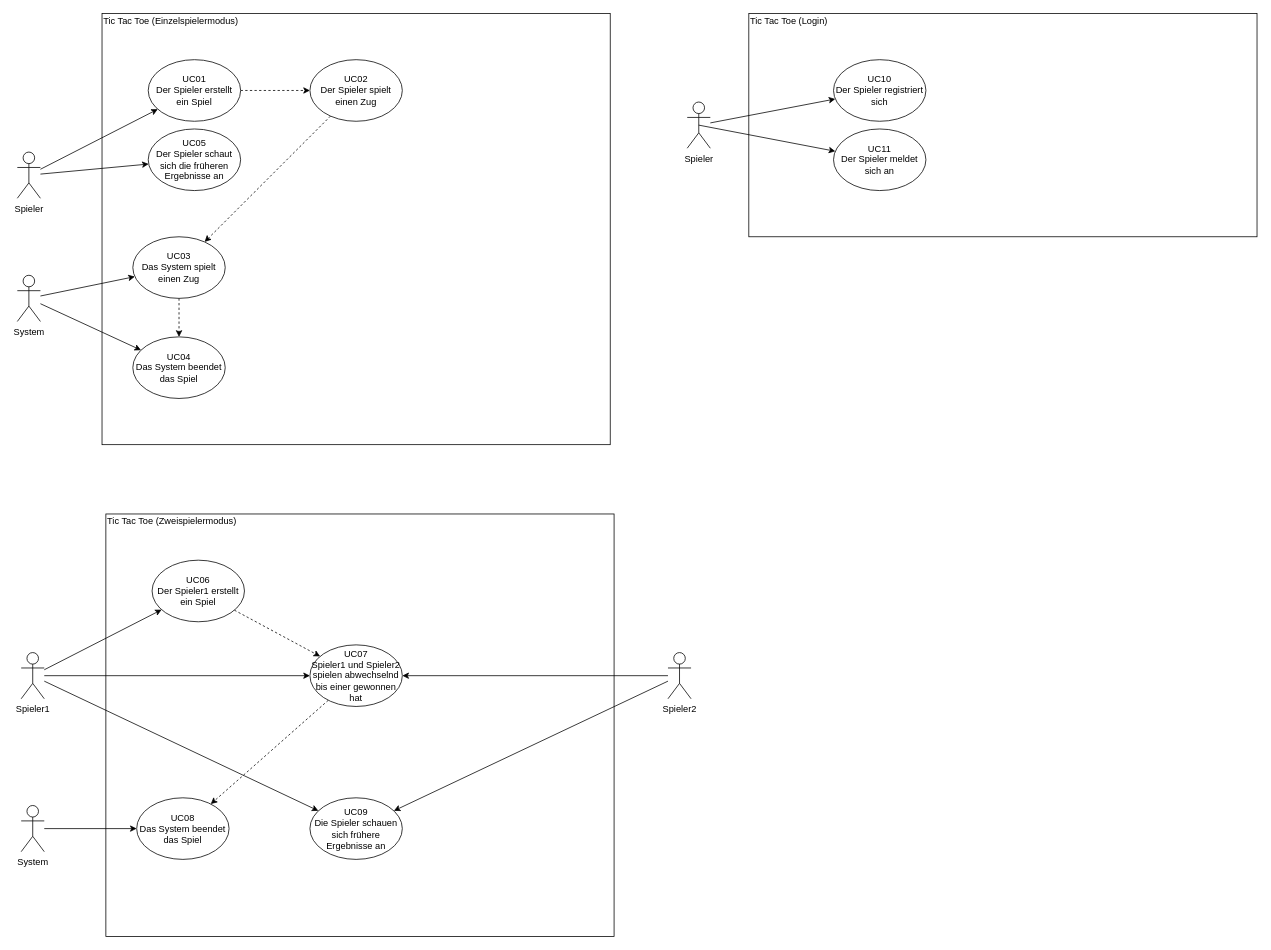
Earlier version of the draw.io diagram documentation/Tic Tac Toe.drawio (florinbarbisch/tic-tac-toe-multiplayer). Source tidied: cells renumbered, new cells numbered last; positions are measured from the earlier drawing's top-left corner, leaving out a move shared by most shapes. Both pictures are drawn from the tidied source at 77%, with x=0, y=0 at pixel (17, 13).
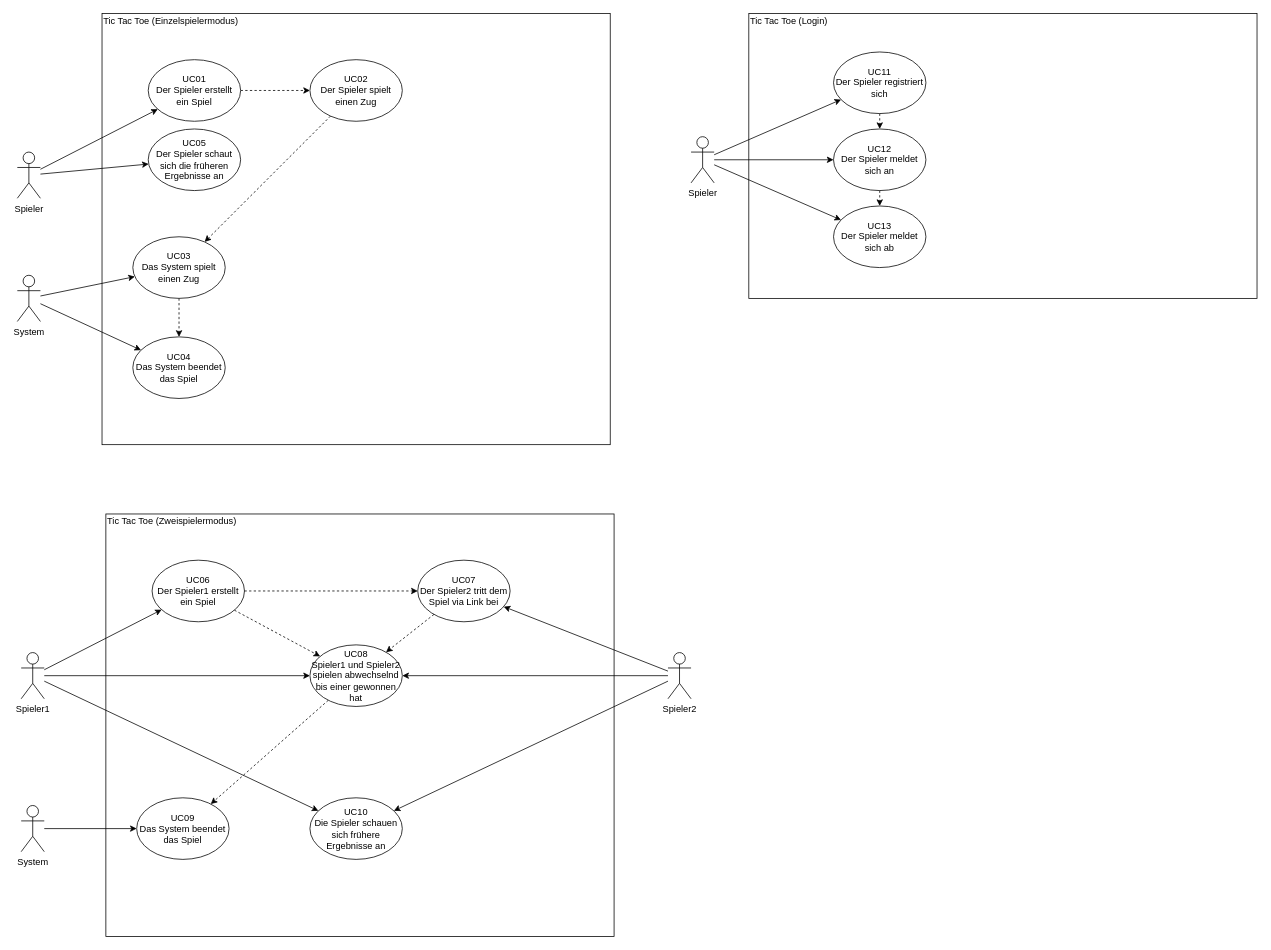
Above is the later version.

Unchanged cells that the change refers to:
```xml
<mxCell id="25" value="UC06&lt;br&gt;Der Spieler1 erstellt ein Spiel" style="ellipse;whiteSpace=wrap;html=1;" parent="1" vertex="1">
  <mxGeometry x="175" y="710" width="120" height="80" as="geometry" />
</mxCell>
<mxCell id="29" value="Spieler2&lt;br&gt;" style="shape=umlActor;verticalLabelPosition=bottom;labelBackgroundColor=#ffffff;verticalAlign=top;html=1;outlineConnect=0;" parent="1" vertex="1">
  <mxGeometry x="845" y="830" width="30" height="60" as="geometry" />
</mxCell>
```

What changed in the source:
```diff
@@
     <mxCell id="2" style="rounded=0;whiteSpace=wrap;html=1;align=left;" parent="1" vertex="1">
-      <mxGeometry x="950" width="660" height="290" as="geometry" />
+      <mxGeometry x="950" width="660" height="370" as="geometry" />
     </mxCell>
@@
-    <mxCell id="31" value="UC07&lt;br&gt;Spieler1 und Spieler2 spielen abwechselnd bis einer gewonnen hat" style="ellipse;whiteSpace=wrap;html=1;align=center;" parent="1" vertex="1">
+    <mxCell id="31" value="UC08&lt;br&gt;Spieler1 und Spieler2 spielen abwechselnd bis einer gewonnen hat" style="ellipse;whiteSpace=wrap;html=1;align=center;" parent="1" vertex="1">
       <mxGeometry x="380" y="820" width="120" height="80" as="geometry" />
     </mxCell>
@@
-    <mxCell id="34" value="UC08&lt;br&gt;Das System beendet das Spiel" style="ellipse;whiteSpace=wrap;html=1;align=center;" parent="1" vertex="1">
+    <mxCell id="34" value="UC09&lt;br&gt;Das System beendet das Spiel" style="ellipse;whiteSpace=wrap;html=1;align=center;" parent="1" vertex="1">
       <mxGeometry x="155" y="1018.6" width="120" height="80" as="geometry" />
     </mxCell>
-    <mxCell id="35" value="UC09&lt;br&gt;Die Spieler schauen sich frühere Ergebnisse an" style="ellipse;whiteSpace=wrap;html=1;align=center;" parent="1" vertex="1">
+    <mxCell id="35" value="UC10&lt;br&gt;Die Spieler schauen sich frühere Ergebnisse an" style="ellipse;whiteSpace=wrap;html=1;align=center;" parent="1" vertex="1">
       <mxGeometry x="380" y="1018.6" width="120" height="80" as="geometry" />
     </mxCell>
-    <mxCell id="36" value="UC10&lt;br&gt;Der Spieler registriert sich" style="ellipse;whiteSpace=wrap;html=1;align=center;" parent="1" vertex="1">
-      <mxGeometry x="1060" y="60" width="120" height="80" as="geometry" />
+    <mxCell id="36" value="UC11&lt;br&gt;Der Spieler registriert sich" style="ellipse;whiteSpace=wrap;html=1;align=center;" parent="1" vertex="1">
+      <mxGeometry x="1060" y="50" width="120" height="80" as="geometry" />
     </mxCell>
-    <mxCell id="37" value="UC11&lt;br&gt;Der Spieler meldet sich an" style="ellipse;whiteSpace=wrap;html=1;align=center;" parent="1" vertex="1">
+    <mxCell id="37" value="UC12&lt;br&gt;Der Spieler meldet sich an" style="ellipse;whiteSpace=wrap;html=1;align=center;" parent="1" vertex="1">
       <mxGeometry x="1060" y="150" width="120" height="80" as="geometry" />
     </mxCell>
     <mxCell id="38" value="Spieler&lt;br&gt;" style="shape=umlActor;verticalLabelPosition=bottom;labelBackgroundColor=#ffffff;verticalAlign=top;html=1;outlineConnect=0;" parent="1" vertex="1">
-      <mxGeometry x="870" y="115" width="30" height="60" as="geometry" />
+      <mxGeometry x="875" y="160" width="30" height="60" as="geometry" />
     </mxCell>
@@
-    <mxCell id="41" style="edgeStyle=none;rounded=0;jettySize=auto;html=1;exitX=0.5;exitY=0.5;exitDx=0;exitDy=0;exitPerimeter=0;" parent="1" edge="1" source="38" target="37">
+    <mxCell id="41" style="edgeStyle=none;rounded=0;jettySize=auto;html=1;" parent="1" edge="1" source="38" target="37">
       <mxGeometry relative="1" as="geometry" />
     </mxCell>
+    <mxCell id="42" value="UC07&lt;br&gt;Der Spieler2 tritt dem Spiel via Link bei" style="ellipse;whiteSpace=wrap;html=1;" parent="1" vertex="1">
+      <mxGeometry x="520" y="710" width="120" height="80" as="geometry" />
+    </mxCell>
+    <mxCell id="43" style="edgeStyle=none;rounded=0;jettySize=auto;html=1;dashed=1;" parent="1" edge="1" source="25" target="42">
+      <mxGeometry relative="1" as="geometry" />
+    </mxCell>
+    <mxCell id="44" style="edgeStyle=none;rounded=0;jettySize=auto;html=1;dashed=1;" parent="1" edge="1" source="42" target="31">
+      <mxGeometry relative="1" as="geometry" />
+    </mxCell>
+    <mxCell id="45" style="edgeStyle=none;rounded=0;jettySize=auto;html=1;" parent="1" edge="1" source="29" target="42">
+      <mxGeometry relative="1" as="geometry" />
+    </mxCell>
+    <mxCell id="46" value="UC13&lt;br&gt;Der Spieler meldet sich ab" style="ellipse;whiteSpace=wrap;html=1;align=center;" parent="1" vertex="1">
+      <mxGeometry x="1060" y="250" width="120" height="80" as="geometry" />
+    </mxCell>
+    <mxCell id="47" style="edgeStyle=none;rounded=0;jettySize=auto;html=1;" parent="1" edge="1" source="38" target="46">
+      <mxGeometry relative="1" as="geometry" />
+    </mxCell>
+    <mxCell id="48" style="edgeStyle=none;rounded=0;jettySize=auto;html=1;dashed=1;" parent="1" edge="1" source="36" target="37">
+      <mxGeometry relative="1" as="geometry" />
+    </mxCell>
+    <mxCell id="49" style="edgeStyle=none;rounded=0;jettySize=auto;html=1;dashed=1;" parent="1" edge="1" source="37" target="46">
+      <mxGeometry relative="1" as="geometry" />
+    </mxCell>
```
